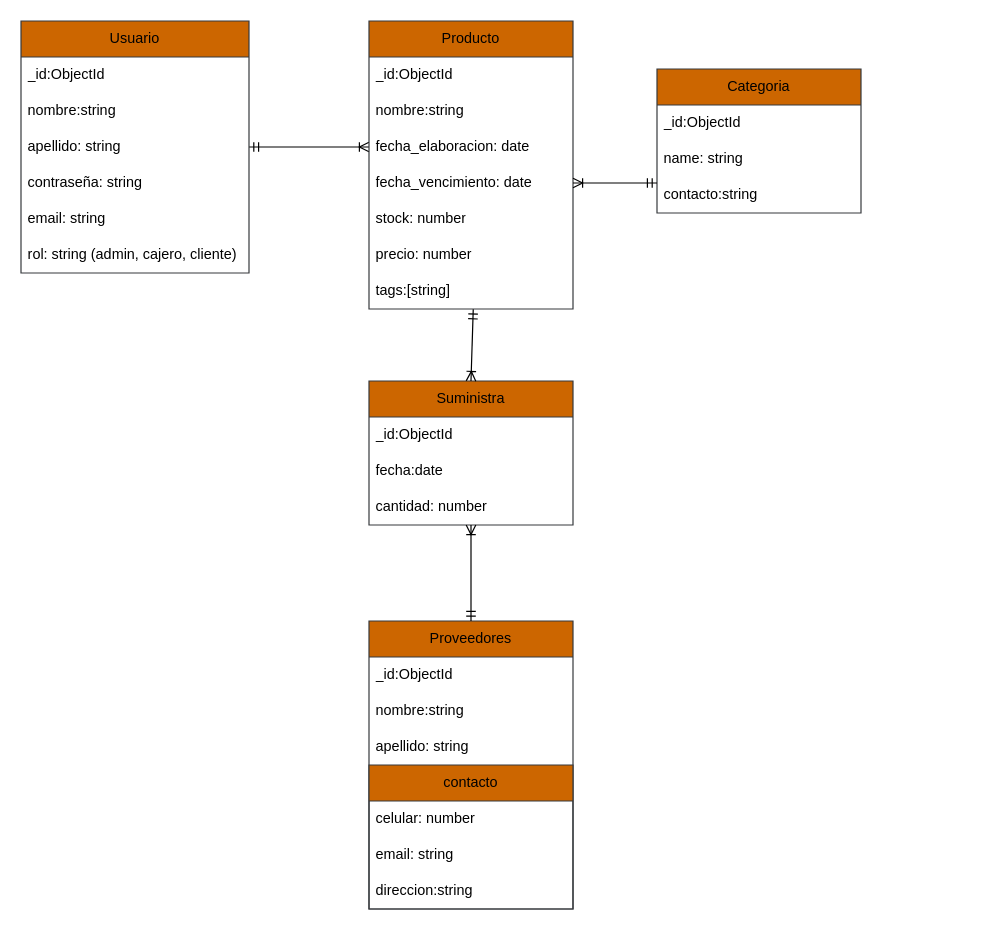
This is proyecto-nest/supermercado.drawio from silviaGenia/curso-nest, a draw.io file, before an edit. Source tidied: cells renumbered, new cells numbered last; positions are measured from the earlier drawing's top-left corner, leaving out a move shared by most shapes. Both pictures are drawn from the tidied source at 120%, with x=0, y=0 at pixel (20, 20).
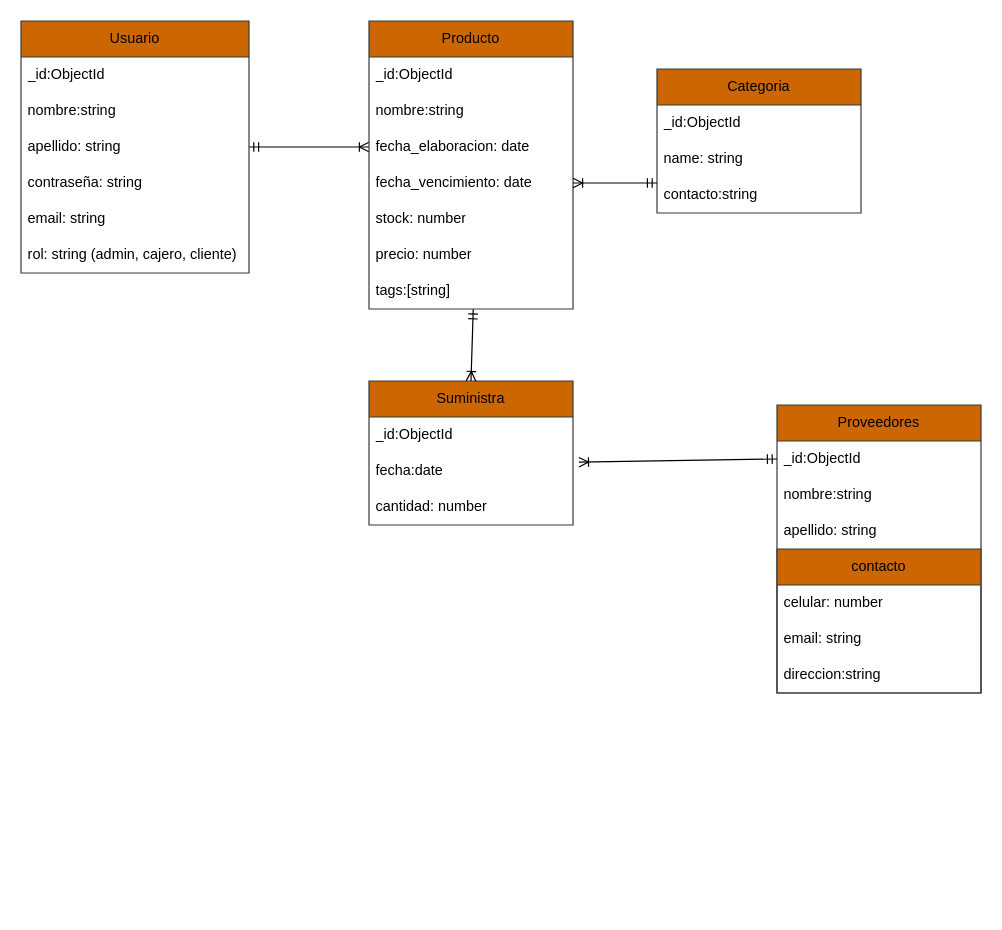
After the change.

Unchanged cells that the change refers to:
```xml
<mxCell id="19" value="_id:ObjectId" style="text;strokeColor=none;fillColor=none;align=left;verticalAlign=middle;spacingLeft=4;spacingRight=4;overflow=hidden;points=[[0,0.5],[1,0.5]];portConstraint=eastwest;whiteSpace=wrap;html=1;" parent="18" vertex="1">
  <mxGeometry y="30" width="170" height="30" as="geometry" />
</mxCell>
<mxCell id="33" value="fecha:date" style="text;strokeColor=none;fillColor=none;align=left;verticalAlign=middle;spacingLeft=4;spacingRight=4;overflow=hidden;points=[[0,0.5],[1,0.5]];portConstraint=eastwest;whiteSpace=wrap;html=1;" parent="31" vertex="1">
  <mxGeometry y="60" width="170" height="30" as="geometry" />
</mxCell>
```

What changed in the source:
```diff
@@
     <mxCell id="18" value="Proveedores" style="swimlane;fontStyle=0;horizontal=1;startSize=30;whiteSpace=wrap;html=1;fillColor=#CC6600;strokeColor=#36393d;" parent="1" vertex="1">
-      <mxGeometry x="290" y="500" width="170" height="240" as="geometry" />
+      <mxGeometry x="630" y="320" width="170" height="240" as="geometry" />
     </mxCell>
@@
-    <mxCell id="36" style="endArrow=ERmandOne;html=1;rounded=0;entryX=0.5;entryY=0;entryDx=0;entryDy=0;startArrow=ERoneToMany;startFill=0;endFill=0;" parent="1" edge="1" target="18">
-      <mxGeometry relative="1" as="geometry">
-        <mxPoint x="375" y="420" as="sourcePoint" />
-      </mxGeometry>
+    <mxCell id="36" style="endArrow=ERmandOne;html=1;rounded=0;entryX=0;entryY=0.5;entryDx=0;entryDy=0;startArrow=ERoneToMany;startFill=0;endFill=0;exitX=1.029;exitY=0.256;exitDx=0;exitDy=0;exitPerimeter=0;" parent="1" edge="1" source="33" target="19">
+      <mxGeometry relative="1" as="geometry" />
     </mxCell>
```
